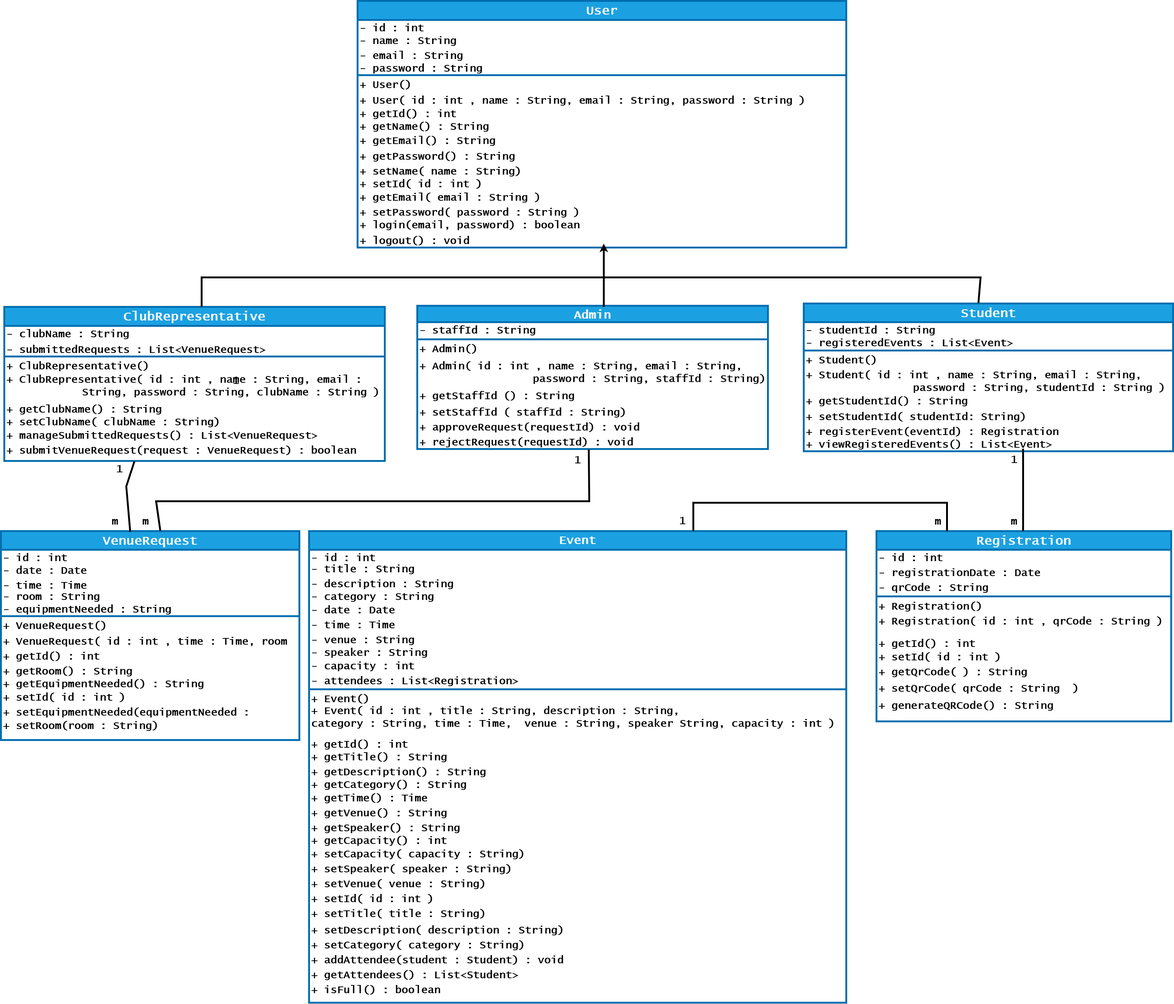
The draw.io diagram SA digram.drawio.png in Mohamed-Gamal456/acconunting, before a commit. Source tidied: cells renumbered, new cells last; positions are measured from the earlier drawing's top-left corner, leaving out a move shared by most shapes.
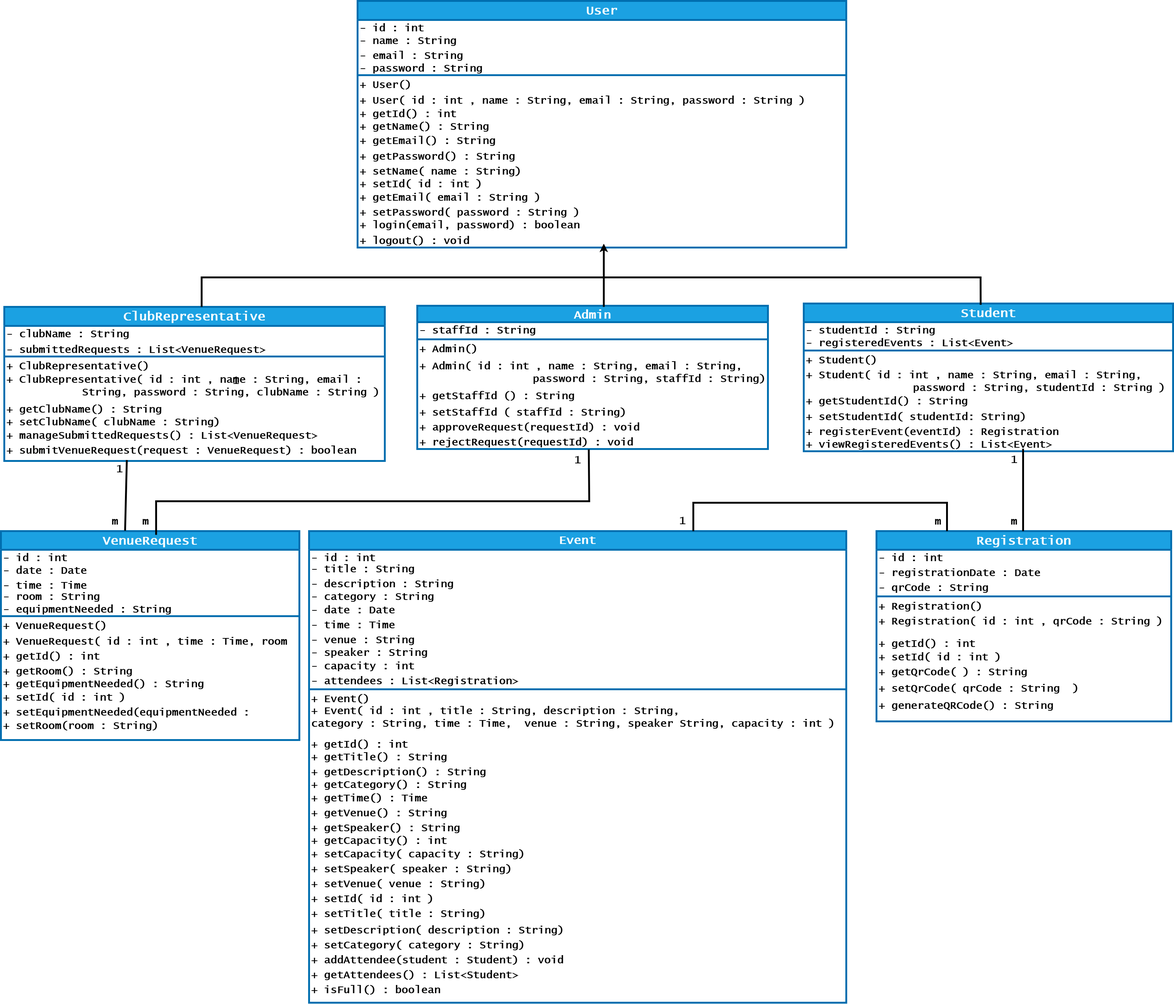
After the commit.

Diff of the diagram source:
```diff
@@ -116,7 +116,7 @@
     <mxCell id="39" value="+ submitVenueRequest(request : VenueRequest) : boolean" style="text;strokeColor=none;fillColor=none;align=left;verticalAlign=top;spacingLeft=4;spacingRight=4;overflow=hidden;points=[[0,0.5],[1,0.5]];portConstraint=eastwest;whiteSpace=wrap;html=1;fontSize=28;fontFamily=Lucida Console;fontStyle=1;strokeWidth=5;" parent="30" vertex="1">
       <mxGeometry y="363" width="1020" height="50" as="geometry" />
     </mxCell>
-    <mxCell id="40" style="endArrow=classic;html=1;rounded=0;exitX=0.473;exitY=-0.004;exitDx=0;exitDy=0;fontFamily=Lucida Console;fontSize=28;fontStyle=1;exitPerimeter=0;strokeWidth=5;" parent="1" edge="1" source="20">
+    <mxCell id="40" style="endArrow=classic;html=1;rounded=0;exitX=0.479;exitY=0.009;exitDx=0;exitDy=0;fontFamily=Lucida Console;fontSize=28;fontStyle=1;exitPerimeter=0;strokeWidth=5;" parent="1" edge="1" source="20">
       <mxGeometry relative="1" as="geometry">
         <mxPoint x="1616" y="651" as="targetPoint" />
         <Array as="points">
@@ -373,12 +373,8 @@
     <mxCell id="116" value="&lt;font&gt;m&lt;/font&gt;" style="text;html=1;whiteSpace=wrap;strokeColor=none;fillColor=none;align=center;verticalAlign=middle;rounded=0;fontFamily=Lucida Console;fontSize=28;fontStyle=1;strokeWidth=5;" parent="1" vertex="1">
       <mxGeometry x="2482" y="1381" width="60" height="30" as="geometry" />
     </mxCell>
-    <mxCell id="117" style="endArrow=none;html=1;rounded=0;entryX=0.342;entryY=1.016;entryDx=0;entryDy=0;entryPerimeter=0;exitX=0.433;exitY=0.003;exitDx=0;exitDy=0;fontFamily=Lucida Console;fontSize=28;fontStyle=1;exitPerimeter=0;strokeWidth=5;" parent="1" edge="1" source="52" target="39">
-      <mxGeometry relative="1" as="geometry">
-        <Array as="points">
-          <mxPoint x="336" y="1301" />
-        </Array>
-      </mxGeometry>
+    <mxCell id="117" style="endArrow=none;html=1;rounded=0;entryX=0.322;entryY=0.949;entryDx=0;entryDy=0;entryPerimeter=0;exitX=0.416;exitY=-0.002;exitDx=0;exitDy=0;fontFamily=Lucida Console;fontSize=28;fontStyle=1;exitPerimeter=0;strokeWidth=5;" parent="1" edge="1" source="52" target="39">
+      <mxGeometry relative="1" as="geometry" />
     </mxCell>
     <mxCell id="118" value="&lt;font&gt;1&lt;/font&gt;" style="text;html=1;whiteSpace=wrap;strokeColor=none;fillColor=none;align=center;verticalAlign=middle;rounded=0;fontFamily=Lucida Console;fontSize=28;fontStyle=1;strokeWidth=5;" parent="1" vertex="1">
       <mxGeometry x="600" y="1004" width="60" height="30" as="geometry" />
@@ -386,8 +382,9 @@
     <mxCell id="119" value="&lt;font&gt;m&lt;/font&gt;" style="text;html=1;whiteSpace=wrap;strokeColor=none;fillColor=none;align=center;verticalAlign=middle;rounded=0;fontFamily=Lucida Console;fontSize=28;fontStyle=1;strokeWidth=5;" parent="1" vertex="1">
       <mxGeometry x="276" y="1381" width="60" height="30" as="geometry" />
     </mxCell>
-    <mxCell id="120" style="endArrow=none;html=1;rounded=0;entryX=0.489;entryY=1.028;entryDx=0;entryDy=0;entryPerimeter=0;exitX=0.534;exitY=-0.001;exitDx=0;exitDy=0;exitPerimeter=0;fontFamily=Lucida Console;fontSize=28;fontStyle=1;strokeWidth=5;" parent="1" edge="1" source="52" target="50">
+    <mxCell id="120" style="endArrow=none;html=1;rounded=0;entryX=0.489;entryY=1.028;entryDx=0;entryDy=0;entryPerimeter=0;fontFamily=Lucida Console;fontSize=28;fontStyle=1;strokeWidth=5;" parent="1" edge="1" target="50">
       <mxGeometry relative="1" as="geometry">
+        <mxPoint x="416" y="1431" as="sourcePoint" />
         <Array as="points">
           <mxPoint x="416" y="1341" />
           <mxPoint x="1577" y="1341" />
```
